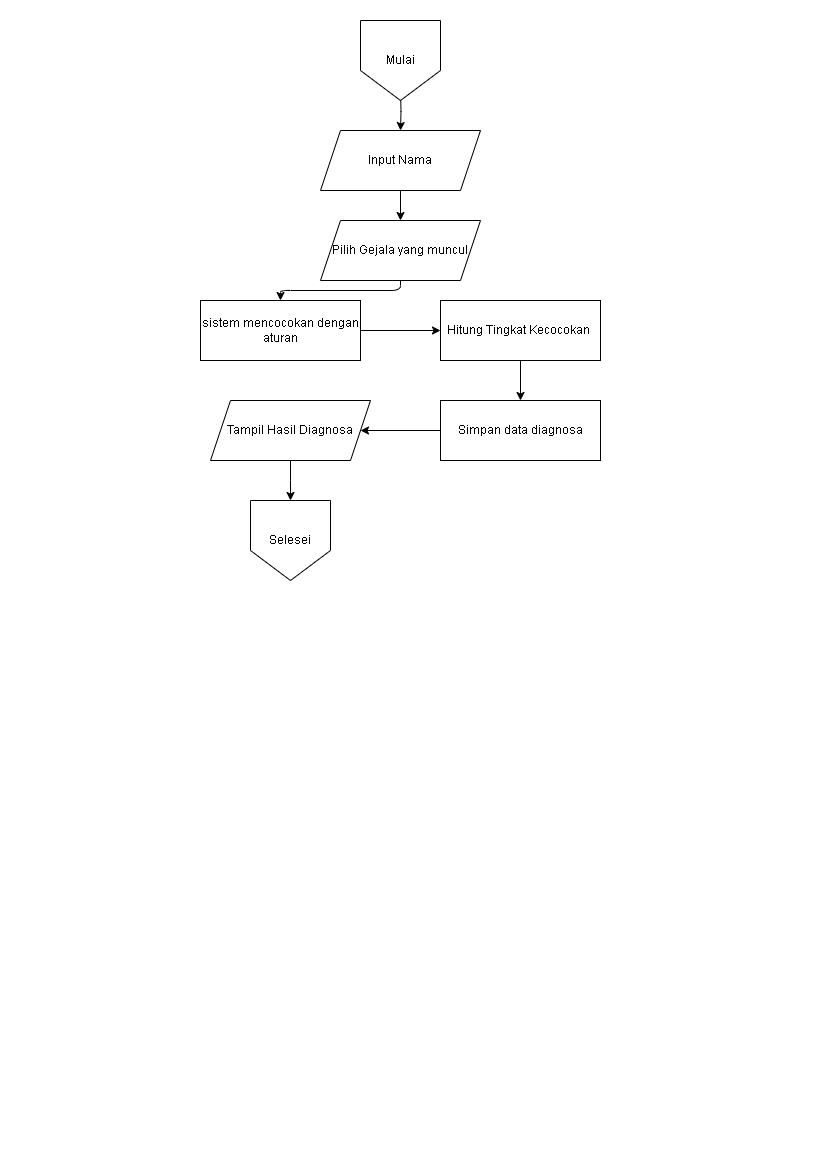
Before: diagram/flowchart/konsultasi.png, a diagram exported from draw.io (Jinsky/Jinsky). Source tidied: cells renumbered, new cells last; positions are measured from the earlier drawing's top-left corner, leaving out a move shared by most shapes.
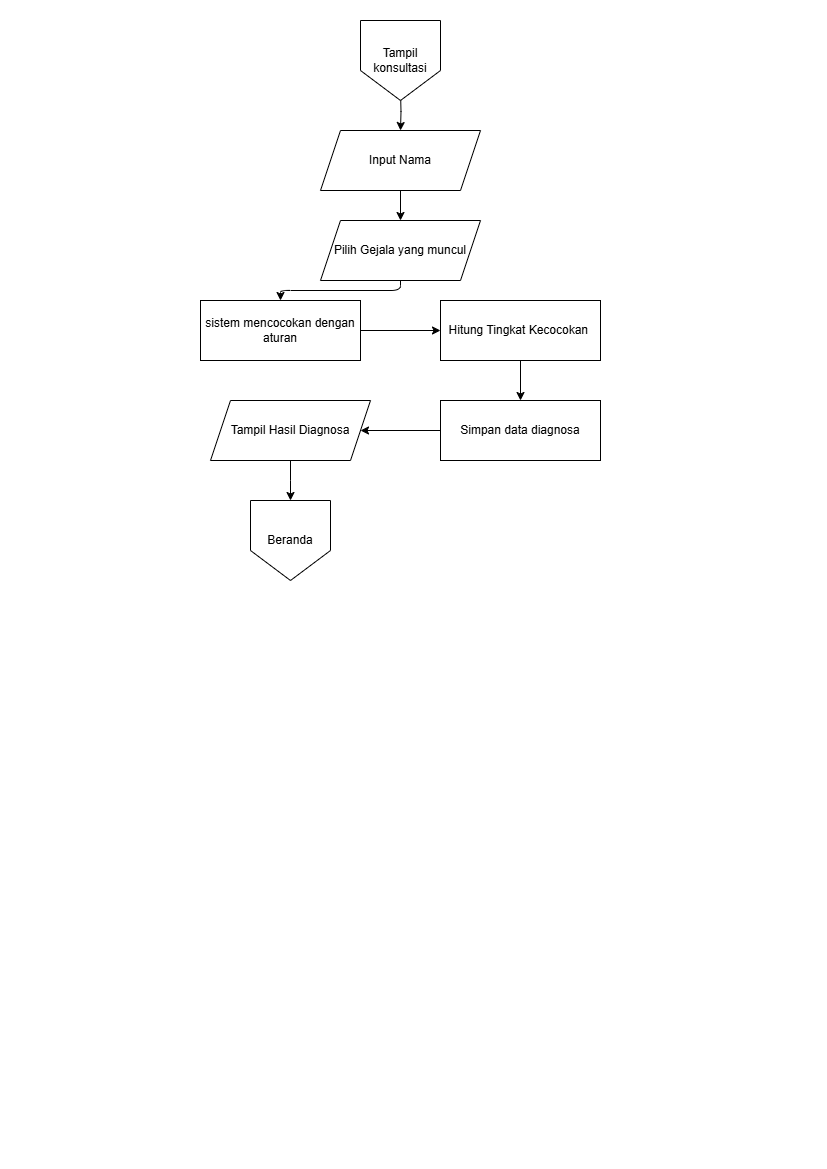
The same diagram one commit later.

Diff of the diagram source:
```diff
@@ -48,10 +48,10 @@
     <mxCell id="15" value="Simpan data diagnosa" style="rounded=0;whiteSpace=wrap;html=1;fontSize=12;fillColor=#ffffff;strokeColor=#000000;" parent="1" vertex="1">
       <mxGeometry x="440" y="400" width="160" height="60" as="geometry" />
     </mxCell>
-    <mxCell id="16" value="Mulai" style="shape=offPageConnector;whiteSpace=wrap;html=1;" parent="1" vertex="1">
+    <mxCell id="16" value="Tampil konsultasi" style="shape=offPageConnector;whiteSpace=wrap;html=1;" parent="1" vertex="1">
       <mxGeometry x="360" y="20" width="80" height="80" as="geometry" />
     </mxCell>
-    <mxCell id="17" value="Selesei" style="shape=offPageConnector;whiteSpace=wrap;html=1;" parent="1" vertex="1">
+    <mxCell id="17" value="Beranda" style="shape=offPageConnector;whiteSpace=wrap;html=1;" parent="1" vertex="1">
       <mxGeometry x="250" y="500" width="80" height="80" as="geometry" />
     </mxCell>
   </root>
```
